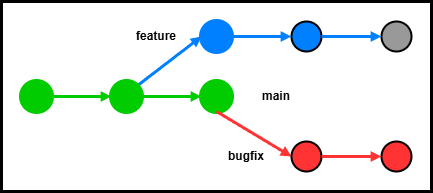
yuukougun/procon-sandbox keeps this draw.io diagram as images/contributing/exp_debug_cleate_branch.png. Above is the earlier version. Source tidied: cells renumbered, new cells last; positions are measured from the earlier drawing's top-left corner, leaving out a move shared by most shapes.
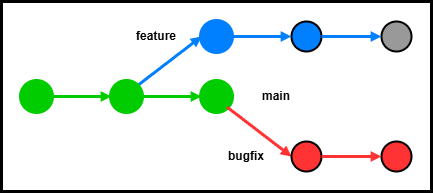
After the change.

Change to the diagram source:
```diff
@@ -44,7 +44,7 @@
     <mxCell id="15" value="main" style="text;strokeColor=none;fillColor=none;align=center;verticalAlign=middle;spacingLeft=4;spacingRight=4;overflow=hidden;whiteSpace=wrap;html=1;fontStyle=1;" parent="1" vertex="1">
       <mxGeometry x="230" y="80" width="90" height="30" as="geometry" />
     </mxCell>
-    <mxCell id="16" style="endArrow=block;html=1;strokeColor=#FF3333;endFill=1;strokeWidth=3;endSize=3;entryX=0;entryY=0.5;entryDx=0;entryDy=0;exitX=0.5;exitY=1;exitDx=0;exitDy=0;" parent="1" edge="1" source="13" target="18">
+    <mxCell id="16" style="endArrow=block;html=1;strokeColor=#FF3333;endFill=1;strokeWidth=3;endSize=3;entryX=0;entryY=0.5;entryDx=0;entryDy=0;exitX=1;exitY=1;exitDx=0;exitDy=0;" parent="1" edge="1" source="13" target="18">
       <mxGeometry relative="1" as="geometry" />
     </mxCell>
     <mxCell id="17" style="group;" parent="1" vertex="1">
```
